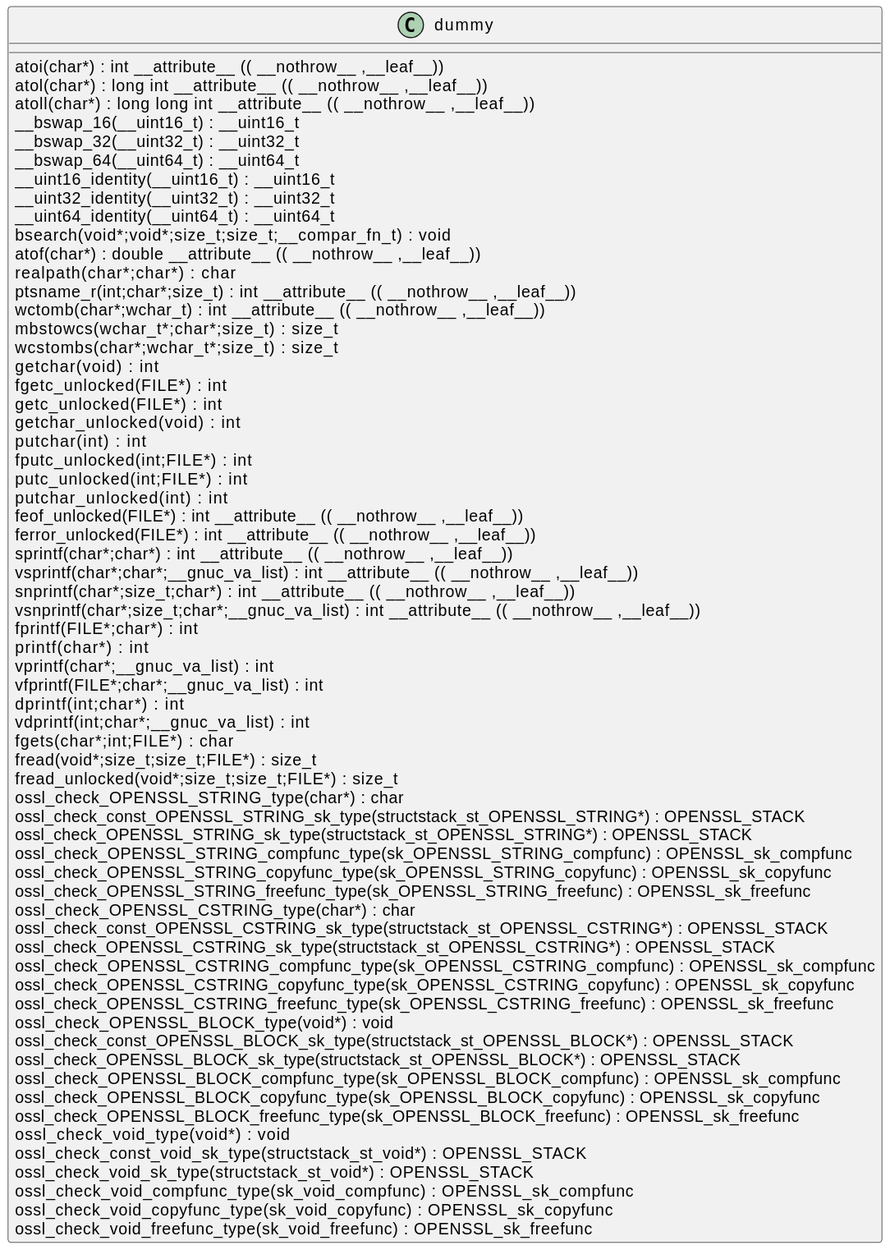
Before: docs/qc/crypto/thread/arch.c.svg, a diagram exported from PlantUML (qualitesys/openssl).
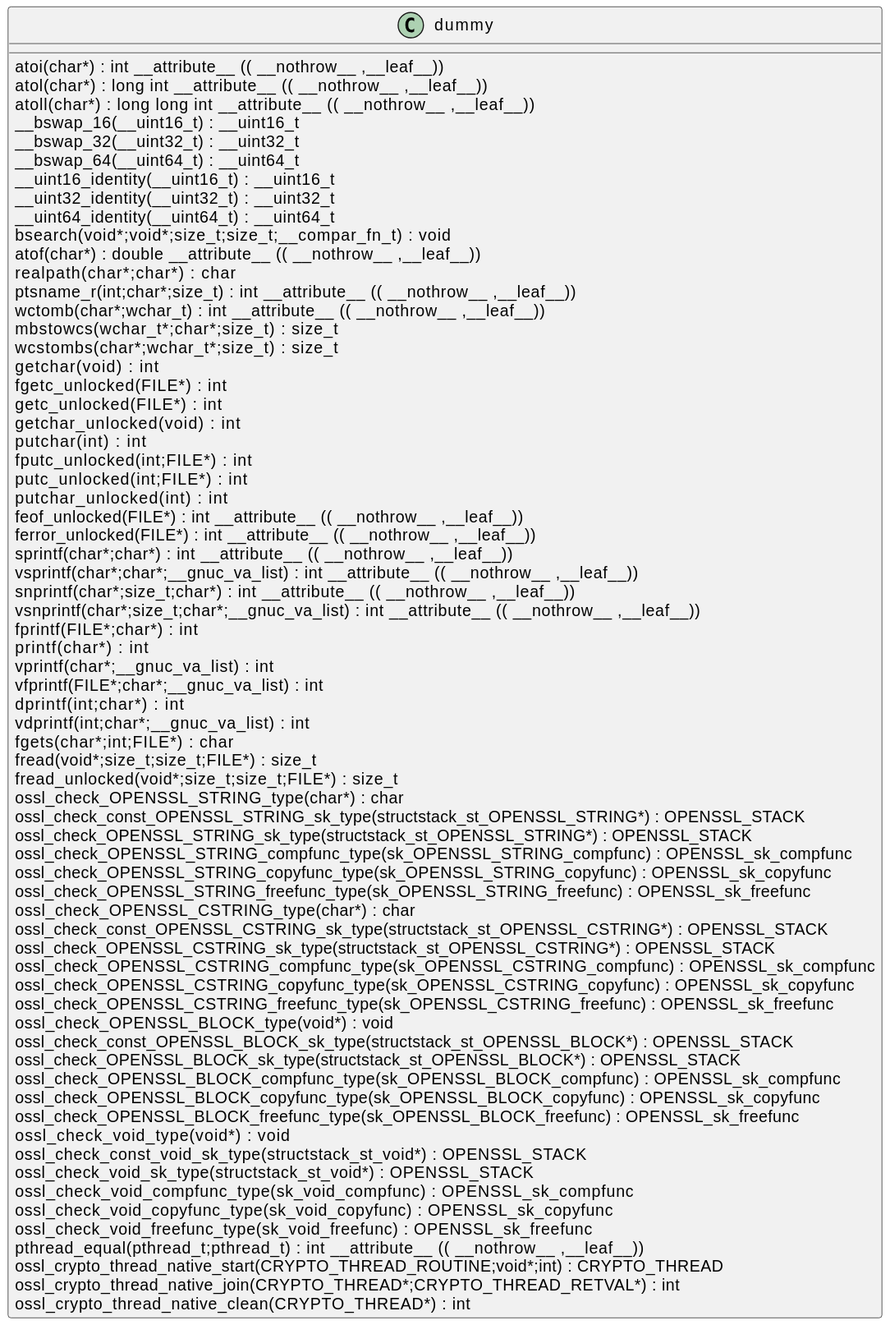
Above is the later version.

The edit, as a diff of the source:
```diff
@@ -64,5 +64,9 @@
 ossl_check_void_compfunc_type(sk_void_compfunc) : OPENSSL_sk_compfunc [[[./../../.././qc/crypto/thread/arch.c.html#1]]]
 ossl_check_void_copyfunc_type(sk_void_copyfunc) : OPENSSL_sk_copyfunc [[[./../../.././qc/crypto/thread/arch.c.html#1]]]
 ossl_check_void_freefunc_type(sk_void_freefunc) : OPENSSL_sk_freefunc [[[./../../.././qc/crypto/thread/arch.c.html#1]]]
+pthread_equal(pthread_t;pthread_t) :  int  __attribute__ (( __nothrow__ ,__leaf__)) [[[./../../.././qc/crypto/thread/arch.c.html#1]]]
+ossl_crypto_thread_native_start(CRYPTO_THREAD_ROUTINE;void*;int) : CRYPTO_THREAD [[[./../../.././qc/crypto/thread/arch.c.html#1]]]
+ossl_crypto_thread_native_join(CRYPTO_THREAD*;CRYPTO_THREAD_RETVAL*) :  int  [[[./../../.././qc/crypto/thread/arch.c.html#1]]]
+ossl_crypto_thread_native_clean(CRYPTO_THREAD*) :  int  [[[./../../.././qc/crypto/thread/arch.c.html#1]]]
 }
 @enduml
```
